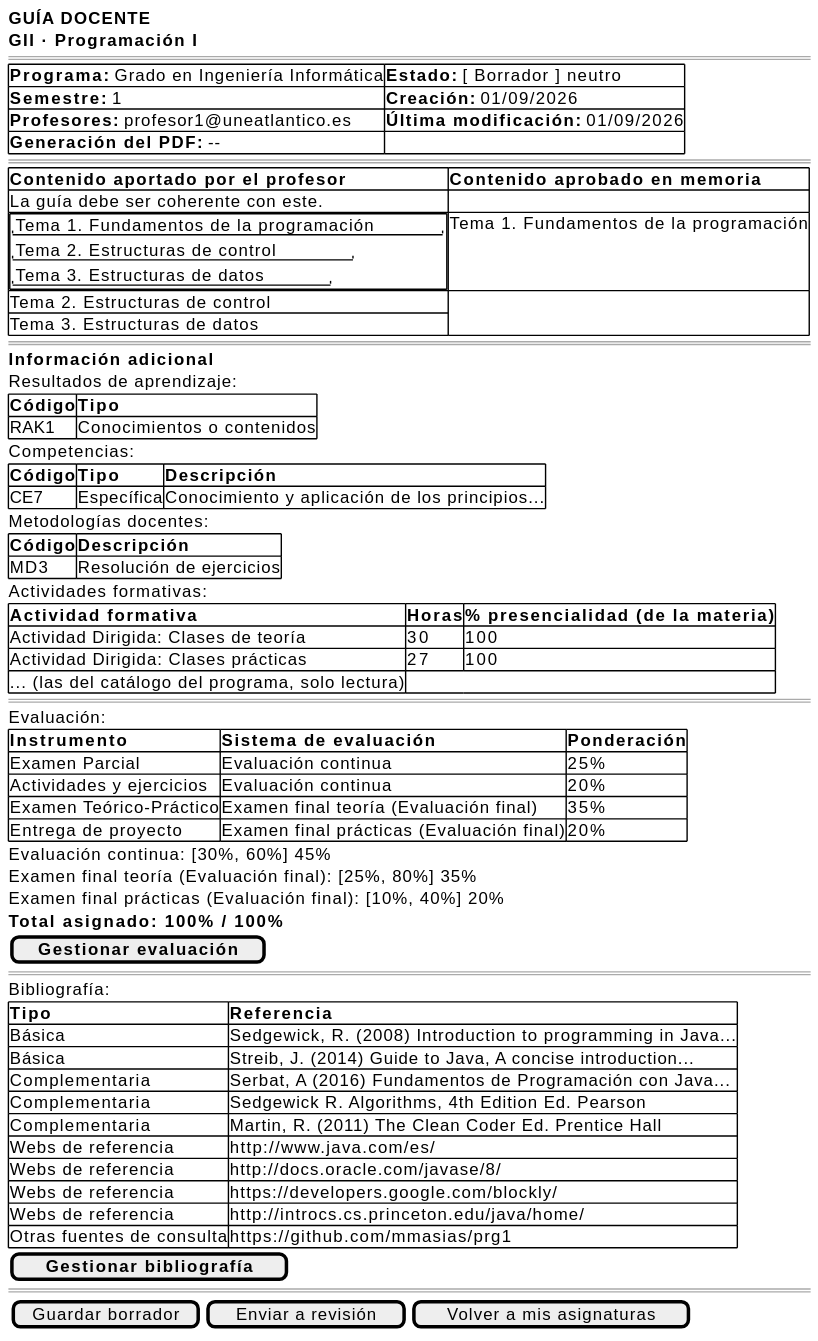
Earlier version of the PlantUML export images/RUP/01-requisitos/03-detalle-casos-uso/abrirGuia/wireframe-profesor.svg (mmasias/pyCeldaPublico). Its diagram source:
```plantuml
@startsalt abrirGuia-wireframe-profesor
{
    <b>GUÍA DOCENTE</b>
    <b>GII · Programación I</b>
    ====
    {#
        <b>Programa:</b> Grado en Ingeniería Informática | <b>Estado:</b> [ Borrador ] neutro
        <b>Semestre:</b> 1 | <b>Creación:</b> 01/09/2026
        <b>Profesores:</b> profesor1@uneatlantico.es | <b>Última modificación:</b> 01/09/2026
         | <b>Generación del PDF:</b> --
    }
    ====
    {#
        <b>Contenido aportado por el profesor</b> | <b>Contenido aprobado en memoria</b>
         | La guía debe ser coherente con este.
        {+
            "Tema 1. Fundamentos de la programación"
            "Tema 2. Estructuras de control"
            "Tema 3. Estructuras de datos"
        } | Tema 1. Fundamentos de la programación
        Tema 2. Estructuras de control
        Tema 3. Estructuras de datos
    }
    ====
    <b>Información adicional</b>
    Resultados de aprendizaje:
    {#
        <b>Código | <b>Tipo
        RAK1 | Conocimientos o contenidos
    }
    Competencias:
    {#
        <b>Código | <b>Tipo | <b>Descripción
        CE7 | Específica | Conocimiento y aplicación de los principios...
    }
    Metodologías docentes:
    {#
        <b>Código | <b>Descripción
        MD3 | Resolución de ejercicios
    }
    Actividades formativas:
    {#
        <b>Actividad formativa | <b>Horas | <b>% presencialidad (de la materia)
        Actividad Dirigida: Clases de teoría | 30 | 100
        Actividad Dirigida: Clases prácticas | 27 | 100
        ... (las del catálogo del programa, solo lectura) | |
    }
    ====
    Evaluación:
    {#
        <b>Instrumento | <b>Sistema de evaluación | <b>Ponderación
        Examen Parcial | Evaluación continua | 25%
        Actividades y ejercicios | Evaluación continua | 20%
        Examen Teórico-Práctico | Examen final teoría (Evaluación final) | 35%
        Entrega de proyecto | Examen final prácticas (Evaluación final) | 20%
    }
    Evaluación continua: [30%, 60%] 45%
    Examen final teoría (Evaluación final): [25%, 80%] 35%
    Examen final prácticas (Evaluación final): [10%, 40%] 20%
    <b>Total asignado: 100% / 100%</b>
    [ <b>Gestionar evaluación</b> ]
    ====
    Bibliografía:
    {#
        <b>Tipo | <b>Referencia
        Básica | Sedgewick, R. (2008) Introduction to programming in Java...
        Básica | Streib, J. (2014) Guide to Java, A concise introduction...
        Complementaria | Serbat, A (2016) Fundamentos de Programación con Java...
        Complementaria | Sedgewick R. Algorithms, 4th Edition Ed. Pearson
        Complementaria | Martin, R. (2011) The Clean Coder Ed. Prentice Hall
        Webs de referencia | http://www.java.com/es/
        Webs de referencia | http://docs.oracle.com/javase/8/
        Webs de referencia | https://developers.google.com/blockly/
        Webs de referencia | http://introcs.cs.princeton.edu/java/home/
        Otras fuentes de consulta | https://github.com/mmasias/prg1
    }
    [ <b>Gestionar bibliografía</b> ]
    ====
    {[Guardar borrador] | [Enviar a revisión] | [Volver a mis asignaturas]}
}
@endsalt
```
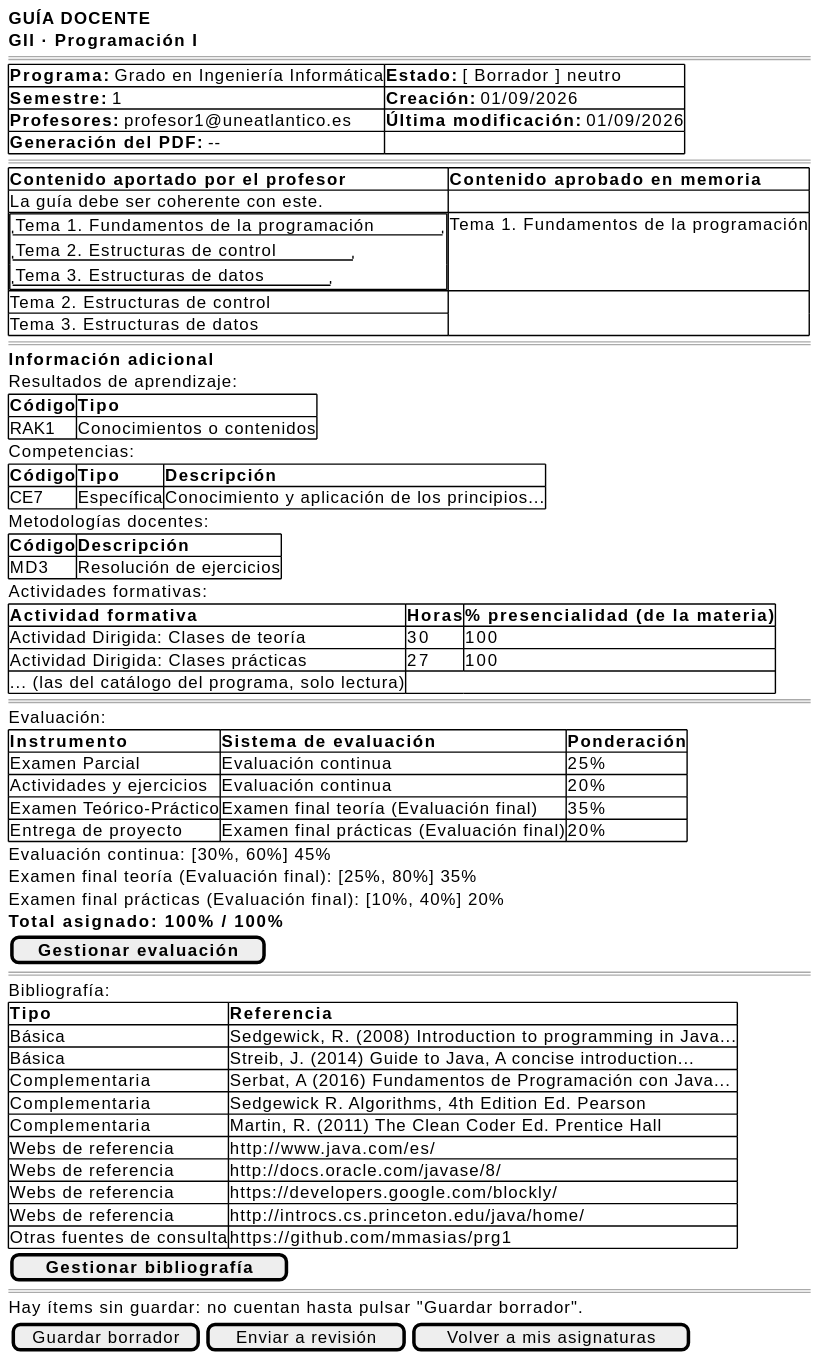
The same diagram one commit later.

The edit, as a diff of the source:
```diff
@@ -76,6 +76,7 @@
     }
     [ <b>Gestionar bibliografía</b> ]
     ====
+    Hay ítems sin guardar: no cuentan hasta pulsar "Guardar borrador".
     {[Guardar borrador] | [Enviar a revisión] | [Volver a mis asignaturas]}
 }
 @endsalt
```
